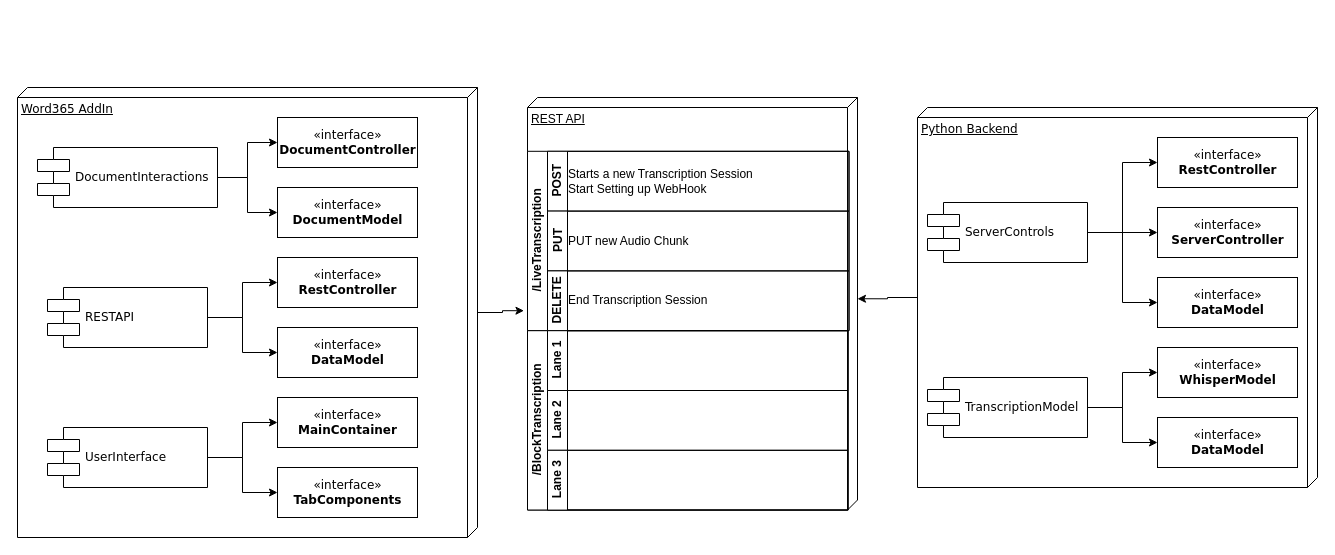
Before: page "SystemOverview" (1 of 3) of Documentation/ImagesAndDiagrams/UMLDiagram.drawio in ForMaLTeC/Forensic-WhisperDeskZH-Word-Add-In, a draw.io diagram. Source tidied: cells renumbered, new cells numbered last; positions are measured from the earlier drawing's top-left corner, leaving out a move shared by most shapes. Both pictures are drawn from the tidied source at 100%, with x=0, y=0 at pixel (17, 87).
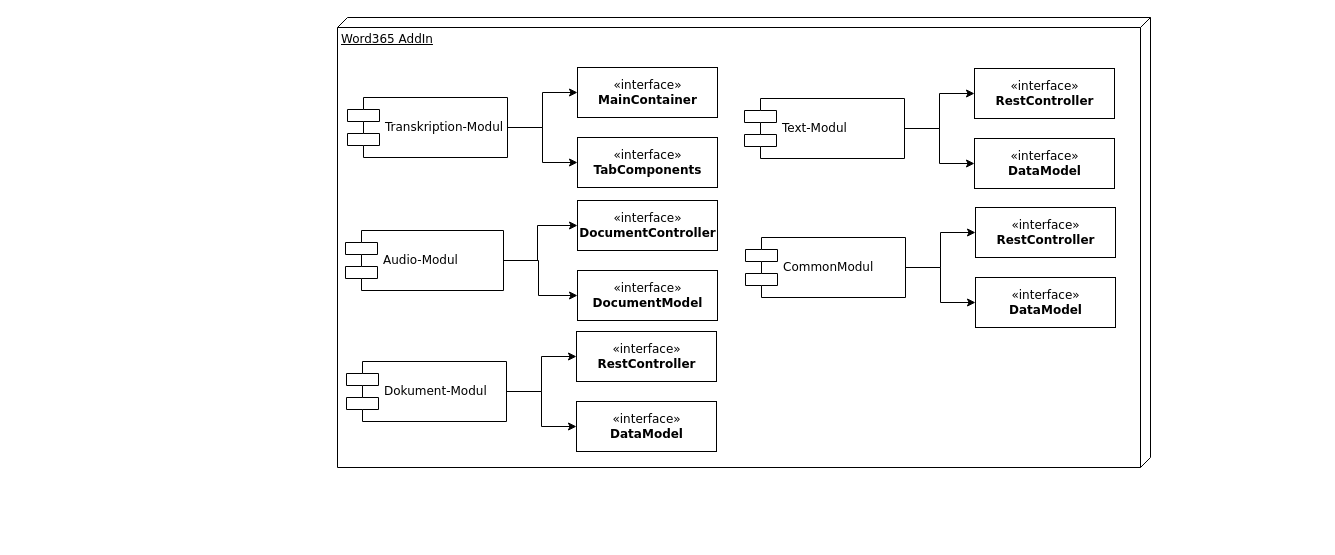
After the change.

What changed in the source:
```diff
@@
-    <mxCell id="2" style="group;" parent="1" vertex="1">
-      <mxGeometry width="460" height="450" as="geometry" />
-    </mxCell>
-    <mxCell id="3" value="Word365 AddIn" style="verticalAlign=top;align=left;spacingTop=8;spacingLeft=2;spacingRight=12;shape=cube;size=10;direction=south;fontStyle=4;html=1;rounded=0;shadow=0;comic=0;labelBackgroundColor=none;strokeWidth=1;fontFamily=Verdana;fontSize=12;" parent="2" vertex="1">
-      <mxGeometry width="460" height="450" as="geometry" />
+    <mxCell id="3" value="Word365 AddIn" style="verticalAlign=top;align=left;spacingTop=8;spacingLeft=2;spacingRight=12;shape=cube;size=10;direction=south;fontStyle=4;html=1;rounded=0;shadow=0;comic=0;labelBackgroundColor=none;strokeWidth=1;fontFamily=Verdana;fontSize=12;" parent="1" vertex="1">
+      <mxGeometry x="320" y="-70" width="813" height="450" as="geometry" />
     </mxCell>
-    <mxCell id="4" style="group;" parent="2" vertex="1">
-      <mxGeometry x="20" y="30" width="380" height="120" as="geometry" />
-    </mxCell>
-    <mxCell id="5" style="edgeStyle=orthogonalEdgeStyle;rounded=0;jettySize=auto;html=1;" parent="4" edge="1" source="7" target="6">
-      <mxGeometry relative="1" as="geometry" />
-    </mxCell>
+    <mxCell id="53" style="group;" parent="1" vertex="1">
+      <mxGeometry x="330" y="-20" width="370" height="120" as="geometry" />
+    </mxCell>
+    <mxCell id="17" style="edgeStyle=orthogonalEdgeStyle;rounded=0;jettySize=auto;html=1;exitX=1;exitY=0.5;exitDx=0;exitDy=0;entryX=0;entryY=0.5;entryDx=0;entryDy=0;" parent="53" edge="1" source="18" target="19">
+      <mxGeometry relative="1" as="geometry" />
+    </mxCell>
+    <mxCell id="18" value="Transkription-Modul" style="shape=component;align=left;spacingLeft=36;rounded=0;shadow=0;comic=0;labelBackgroundColor=none;strokeWidth=1;fontFamily=Verdana;fontSize=12;html=1;" parent="53" vertex="1">
+      <mxGeometry y="30" width="160" height="60" as="geometry" />
+    </mxCell>
+    <mxCell id="19" value="«interface»&lt;br&gt;&lt;b&gt;TabComponents&lt;/b&gt;" style="html=1;rounded=0;shadow=0;comic=0;labelBackgroundColor=none;strokeWidth=1;fontFamily=Verdana;fontSize=12;align=center;" parent="53" vertex="1">
+      <mxGeometry x="230" y="70" width="140" height="50" as="geometry" />
+    </mxCell>
+    <mxCell id="20" value="«interface»&lt;br&gt;&lt;b&gt;MainContainer&lt;/b&gt;" style="html=1;rounded=0;shadow=0;comic=0;labelBackgroundColor=none;strokeWidth=1;fontFamily=Verdana;fontSize=12;align=center;" parent="53" vertex="1">
+      <mxGeometry x="230" width="140" height="50" as="geometry" />
+    </mxCell>
+    <mxCell id="21" style="edgeStyle=orthogonalEdgeStyle;rounded=0;jettySize=auto;html=1;exitX=1;exitY=0.5;exitDx=0;exitDy=0;" parent="53" edge="1" source="18" target="20">
+      <mxGeometry relative="1" as="geometry" />
+    </mxCell>
+    <mxCell id="54" style="group;" parent="1" vertex="1">
+      <mxGeometry x="330" y="120" width="380" height="120" as="geometry" />
+    </mxCell>
+    <mxCell id="55" style="group;" parent="54" vertex="1">
+      <mxGeometry x="-10" y="-7" width="380" height="120" as="geometry" />
+    </mxCell>
-    <mxCell id="6" value="«interface»&lt;br&gt;&lt;b&gt;DocumentController&lt;/b&gt;" style="html=1;rounded=0;shadow=0;comic=0;labelBackgroundColor=none;strokeWidth=1;fontFamily=Verdana;fontSize=12;align=center;" parent="4" vertex="1">
+    <mxCell id="6" value="«interface»&lt;br&gt;&lt;b&gt;DocumentController&lt;/b&gt;" style="html=1;rounded=0;shadow=0;comic=0;labelBackgroundColor=none;strokeWidth=1;fontFamily=Verdana;fontSize=12;align=center;" parent="55" vertex="1">
       <mxGeometry x="240" width="140" height="50" as="geometry" />
     </mxCell>
-    <mxCell id="7" value="DocumentInteractions" style="shape=component;align=left;spacingLeft=36;rounded=0;shadow=0;comic=0;labelBackgroundColor=none;strokeWidth=1;fontFamily=Verdana;fontSize=12;html=1;" parent="4" vertex="1">
-      <mxGeometry y="30" width="180" height="60" as="geometry" />
+    <mxCell id="7" value="Audio-Modul" style="shape=component;align=left;spacingLeft=36;rounded=0;shadow=0;comic=0;labelBackgroundColor=none;strokeWidth=1;fontFamily=Verdana;fontSize=12;html=1;" parent="55" vertex="1">
+      <mxGeometry x="8" y="30" width="158" height="60" as="geometry" />
     </mxCell>
-    <mxCell id="8" value="«interface»&lt;br&gt;&lt;b&gt;DocumentModel&lt;/b&gt;" style="html=1;rounded=0;shadow=0;comic=0;labelBackgroundColor=none;strokeWidth=1;fontFamily=Verdana;fontSize=12;align=center;" parent="4" vertex="1">
+    <mxCell id="8" value="«interface»&lt;br&gt;&lt;b&gt;DocumentModel&lt;/b&gt;" style="html=1;rounded=0;shadow=0;comic=0;labelBackgroundColor=none;strokeWidth=1;fontFamily=Verdana;fontSize=12;align=center;" parent="55" vertex="1">
       <mxGeometry x="240" y="70" width="140" height="50" as="geometry" />
     </mxCell>
+    <mxCell id="5" style="edgeStyle=orthogonalEdgeStyle;rounded=0;jettySize=auto;html=1;" parent="55" edge="1" source="7" target="6">
+      <mxGeometry relative="1" as="geometry">
+        <Array as="points">
+          <mxPoint x="200" y="60" />
+          <mxPoint x="200" y="25" />
+        </Array>
+      </mxGeometry>
+    </mxCell>
-    <mxCell id="9" style="edgeStyle=orthogonalEdgeStyle;rounded=0;jettySize=auto;html=1;exitX=1;exitY=0.5;exitDx=0;exitDy=0;" parent="4" edge="1" source="7" target="8">
-      <mxGeometry relative="1" as="geometry" />
+    <mxCell id="9" style="edgeStyle=orthogonalEdgeStyle;rounded=0;jettySize=auto;html=1;exitX=1;exitY=0.5;exitDx=0;exitDy=0;" parent="55" edge="1" source="7" target="8">
+      <mxGeometry relative="1" as="geometry">
+        <Array as="points">
+          <mxPoint x="201" y="60" />
+          <mxPoint x="201" y="95" />
+        </Array>
+      </mxGeometry>
     </mxCell>
-    <mxCell id="10" style="group;" parent="2" vertex="1">
-      <mxGeometry x="30" y="170" width="370" height="120" as="geometry" />
-    </mxCell>
+    <mxCell id="56" style="group;" parent="1" vertex="1">
+      <mxGeometry x="329" y="244" width="370" height="120" as="geometry" />
+    </mxCell>
-    <mxCell id="11" value="RESTAPI" style="shape=component;align=left;spacingLeft=36;rounded=0;shadow=0;comic=0;labelBackgroundColor=none;strokeWidth=1;fontFamily=Verdana;fontSize=12;html=1;" parent="10" vertex="1">
+    <mxCell id="11" value="Dokument-Modul" style="shape=component;align=left;spacingLeft=36;rounded=0;shadow=0;comic=0;labelBackgroundColor=none;strokeWidth=1;fontFamily=Verdana;fontSize=12;html=1;" parent="56" vertex="1">
       <mxGeometry y="30" width="160" height="60" as="geometry" />
     </mxCell>
-    <mxCell id="12" value="«interface»&lt;br&gt;&lt;b&gt;DataModel&lt;/b&gt;" style="html=1;rounded=0;shadow=0;comic=0;labelBackgroundColor=none;strokeWidth=1;fontFamily=Verdana;fontSize=12;align=center;" parent="10" vertex="1">
+    <mxCell id="12" value="«interface»&lt;br&gt;&lt;b&gt;DataModel&lt;/b&gt;" style="html=1;rounded=0;shadow=0;comic=0;labelBackgroundColor=none;strokeWidth=1;fontFamily=Verdana;fontSize=12;align=center;" parent="56" vertex="1">
       <mxGeometry x="230" y="70" width="140" height="50" as="geometry" />
     </mxCell>
-    <mxCell id="13" value="«interface»&lt;br&gt;&lt;b&gt;RestController&lt;/b&gt;" style="html=1;rounded=0;shadow=0;comic=0;labelBackgroundColor=none;strokeWidth=1;fontFamily=Verdana;fontSize=12;align=center;" parent="10" vertex="1">
+    <mxCell id="13" value="«interface»&lt;br&gt;&lt;b&gt;RestController&lt;/b&gt;" style="html=1;rounded=0;shadow=0;comic=0;labelBackgroundColor=none;strokeWidth=1;fontFamily=Verdana;fontSize=12;align=center;" parent="56" vertex="1">
       <mxGeometry x="230" width="140" height="50" as="geometry" />
     </mxCell>
-    <mxCell id="14" style="edgeStyle=orthogonalEdgeStyle;rounded=0;jettySize=auto;html=1;exitX=1;exitY=0.5;exitDx=0;exitDy=0;" parent="10" edge="1" source="11" target="12">
+    <mxCell id="14" style="edgeStyle=orthogonalEdgeStyle;rounded=0;jettySize=auto;html=1;exitX=1;exitY=0.5;exitDx=0;exitDy=0;" parent="56" edge="1" source="11" target="12">
       <mxGeometry relative="1" as="geometry" />
     </mxCell>
-    <mxCell id="15" style="edgeStyle=orthogonalEdgeStyle;rounded=0;jettySize=auto;html=1;exitX=1;exitY=0.5;exitDx=0;exitDy=0;entryX=0;entryY=0.5;entryDx=0;entryDy=0;" parent="10" edge="1" source="11" target="13">
+    <mxCell id="15" style="edgeStyle=orthogonalEdgeStyle;rounded=0;jettySize=auto;html=1;exitX=1;exitY=0.5;exitDx=0;exitDy=0;entryX=0;entryY=0.5;entryDx=0;entryDy=0;" parent="56" edge="1" source="11" target="13">
       <mxGeometry relative="1" as="geometry" />
     </mxCell>
-    <mxCell id="16" style="group;" parent="2" vertex="1">
-      <mxGeometry x="30" y="310" width="370" height="120" as="geometry" />
-    </mxCell>
-    <mxCell id="17" style="edgeStyle=orthogonalEdgeStyle;rounded=0;jettySize=auto;html=1;exitX=1;exitY=0.5;exitDx=0;exitDy=0;entryX=0;entryY=0.5;entryDx=0;entryDy=0;" parent="16" edge="1" source="18" target="19">
-      <mxGeometry relative="1" as="geometry" />
-    </mxCell>
-    <mxCell id="18" value="UserInterface" style="shape=component;align=left;spacingLeft=36;rounded=0;shadow=0;comic=0;labelBackgroundColor=none;strokeWidth=1;fontFamily=Verdana;fontSize=12;html=1;" parent="16" vertex="1">
-      <mxGeometry y="30" width="160" height="60" as="geometry" />
-    </mxCell>
-    <mxCell id="19" value="«interface»&lt;br&gt;&lt;b&gt;TabComponents&lt;/b&gt;" style="html=1;rounded=0;shadow=0;comic=0;labelBackgroundColor=none;strokeWidth=1;fontFamily=Verdana;fontSize=12;align=center;" parent="16" vertex="1">
-      <mxGeometry x="230" y="70" width="140" height="50" as="geometry" />
-    </mxCell>
-    <mxCell id="20" value="«interface»&lt;br&gt;&lt;b&gt;MainContainer&lt;/b&gt;" style="html=1;rounded=0;shadow=0;comic=0;labelBackgroundColor=none;strokeWidth=1;fontFamily=Verdana;fontSize=12;align=center;" parent="16" vertex="1">
-      <mxGeometry x="230" width="140" height="50" as="geometry" />
-    </mxCell>
-    <mxCell id="21" style="edgeStyle=orthogonalEdgeStyle;rounded=0;jettySize=auto;html=1;exitX=1;exitY=0.5;exitDx=0;exitDy=0;" parent="16" edge="1" source="18" target="20">
-      <mxGeometry relative="1" as="geometry" />
-    </mxCell>
-    <mxCell id="22" style="group;" parent="1" vertex="1">
-      <mxGeometry x="900" y="20" width="400" height="400" as="geometry" />
-    </mxCell>
-    <mxCell id="23" value="Python Backend" style="verticalAlign=top;align=left;spacingTop=8;spacingLeft=2;spacingRight=12;shape=cube;size=10;direction=south;fontStyle=4;html=1;rounded=0;shadow=0;comic=0;labelBackgroundColor=none;strokeWidth=1;fontFamily=Verdana;fontSize=12;" parent="22" vertex="1">
-      <mxGeometry width="400" height="380" as="geometry" />
-    </mxCell>
-    <mxCell id="24" style="group;" parent="22" vertex="1">
-      <mxGeometry x="10" y="240" width="370" height="120" as="geometry" />
-    </mxCell>
-    <mxCell id="25" value="TranscriptionModel" style="shape=component;align=left;spacingLeft=36;rounded=0;shadow=0;comic=0;labelBackgroundColor=none;strokeWidth=1;fontFamily=Verdana;fontSize=12;html=1;" parent="24" vertex="1">
-      <mxGeometry y="30" width="160" height="60" as="geometry" />
-    </mxCell>
-    <mxCell id="26" value="«interface»&lt;br&gt;&lt;b&gt;DataModel&lt;/b&gt;" style="html=1;rounded=0;shadow=0;comic=0;labelBackgroundColor=none;strokeWidth=1;fontFamily=Verdana;fontSize=12;align=center;" parent="24" vertex="1">
-      <mxGeometry x="230" y="70" width="140" height="50" as="geometry" />
-    </mxCell>
-    <mxCell id="27" value="«interface»&lt;br&gt;&lt;b&gt;WhisperModel&lt;/b&gt;" style="html=1;rounded=0;shadow=0;comic=0;labelBackgroundColor=none;strokeWidth=1;fontFamily=Verdana;fontSize=12;align=center;" parent="24" vertex="1">
-      <mxGeometry x="230" width="140" height="50" as="geometry" />
-    </mxCell>
-    <mxCell id="28" style="edgeStyle=orthogonalEdgeStyle;rounded=0;jettySize=auto;html=1;exitX=1;exitY=0.5;exitDx=0;exitDy=0;" parent="24" edge="1" source="25" target="26">
-      <mxGeometry relative="1" as="geometry" />
-    </mxCell>
-    <mxCell id="29" style="edgeStyle=orthogonalEdgeStyle;rounded=0;jettySize=auto;html=1;exitX=1;exitY=0.5;exitDx=0;exitDy=0;entryX=0;entryY=0.5;entryDx=0;entryDy=0;" parent="24" edge="1" source="25" target="27">
-      <mxGeometry relative="1" as="geometry" />
-    </mxCell>
-    <mxCell id="30" style="group;" parent="22" vertex="1">
-      <mxGeometry x="10" y="30" width="370" height="190" as="geometry" />
-    </mxCell>
-    <mxCell id="31" value="«interface»&lt;br&gt;&lt;b&gt;DataModel&lt;/b&gt;" style="html=1;rounded=0;shadow=0;comic=0;labelBackgroundColor=none;strokeWidth=1;fontFamily=Verdana;fontSize=12;align=center;" parent="30" vertex="1">
-      <mxGeometry x="230" y="140" width="140" height="50" as="geometry" />
-    </mxCell>
-    <mxCell id="32" style="edgeStyle=orthogonalEdgeStyle;rounded=0;jettySize=auto;html=1;entryX=0;entryY=0.5;entryDx=0;entryDy=0;" parent="30" edge="1" source="33" target="31">
-      <mxGeometry relative="1" as="geometry" />
-    </mxCell>
-    <mxCell id="33" value="ServerControls" style="shape=component;align=left;spacingLeft=36;rounded=0;shadow=0;comic=0;labelBackgroundColor=none;strokeWidth=1;fontFamily=Verdana;fontSize=12;html=1;" parent="30" vertex="1">
-      <mxGeometry y="65" width="160" height="60" as="geometry" />
-    </mxCell>
-    <mxCell id="34" value="«interface»&lt;br&gt;&lt;b&gt;ServerController&lt;/b&gt;" style="html=1;rounded=0;shadow=0;comic=0;labelBackgroundColor=none;strokeWidth=1;fontFamily=Verdana;fontSize=12;align=center;" parent="30" vertex="1">
-      <mxGeometry x="230" y="70" width="140" height="50" as="geometry" />
-    </mxCell>
-    <mxCell id="35" value="«interface»&lt;br&gt;&lt;b&gt;RestController&lt;/b&gt;" style="html=1;rounded=0;shadow=0;comic=0;labelBackgroundColor=none;strokeWidth=1;fontFamily=Verdana;fontSize=12;align=center;" parent="30" vertex="1">
-      <mxGeometry x="230" width="140" height="50" as="geometry" />
-    </mxCell>
-    <mxCell id="36" style="edgeStyle=orthogonalEdgeStyle;rounded=0;jettySize=auto;html=1;exitX=1;exitY=0.5;exitDx=0;exitDy=0;" parent="30" edge="1" source="33" target="34">
-      <mxGeometry relative="1" as="geometry" />
-    </mxCell>
-    <mxCell id="37" style="edgeStyle=orthogonalEdgeStyle;rounded=0;jettySize=auto;html=1;exitX=1;exitY=0.5;exitDx=0;exitDy=0;entryX=0;entryY=0.5;entryDx=0;entryDy=0;" parent="30" edge="1" source="33" target="35">
-      <mxGeometry relative="1" as="geometry" />
-    </mxCell>
-    <mxCell id="38" style="edgeStyle=orthogonalEdgeStyle;rounded=0;jettySize=auto;html=1;entryX=-0.011;entryY=0.889;entryDx=0;entryDy=0;entryPerimeter=0;" parent="1" edge="1" source="3" target="42">
-      <mxGeometry relative="1" as="geometry" />
-    </mxCell>
-    <mxCell id="39" style="edgeStyle=orthogonalEdgeStyle;rounded=0;jettySize=auto;html=1;entryX=0;entryY=0;entryDx=201.24999999999997;entryDy=0;entryPerimeter=0;" parent="1" edge="1" source="23" target="41">
-      <mxGeometry relative="1" as="geometry" />
-    </mxCell>
-    <mxCell id="40" style="group;" parent="1" vertex="1">
-      <mxGeometry x="510" y="10" width="330" height="412.5" as="geometry" />
-    </mxCell>
-    <mxCell id="41" value="REST API" style="verticalAlign=top;align=left;spacingTop=8;spacingLeft=2;spacingRight=12;shape=cube;size=10;direction=south;fontStyle=4;html=1;whiteSpace=wrap;" parent="40" vertex="1">
-      <mxGeometry width="330" height="412.5" as="geometry" />
-    </mxCell>
-    <mxCell id="42" value="/LiveTranscription" style="swimlane;horizontal=0;startSize=20;html=1;" parent="40" vertex="1">
-      <mxGeometry y="53.8" width="321.5" height="179.3" as="geometry" />
-    </mxCell>
-    <mxCell id="43" value="POST" style="swimlane;startSize=20;horizontal=0;html=1;" parent="42" vertex="1">
-      <mxGeometry x="20" width="301.5" height="59.8" as="geometry" />
-    </mxCell>
-    <mxCell id="44" value="Starts a new Transcription Session&lt;div&gt;Start Setting up WebHook&lt;/div&gt;" style="text;html=1;align=left;verticalAlign=middle;whiteSpace=wrap;rounded=0;" parent="43" vertex="1">
-      <mxGeometry x="18.9" width="283.7" height="59.8" as="geometry" />
-    </mxCell>
-    <mxCell id="45" value="PUT" style="swimlane;startSize=20;horizontal=0;html=1;" parent="42" vertex="1">
-      <mxGeometry x="20" y="59.8" width="301.5" height="59.8" as="geometry" />
-    </mxCell>
-    <mxCell id="46" value="PUT new Audio Chunk" style="text;html=1;align=left;verticalAlign=middle;whiteSpace=wrap;rounded=0;" parent="45" vertex="1">
-      <mxGeometry x="18.9" width="283.7" height="59.8" as="geometry" />
-    </mxCell>
-    <mxCell id="47" value="DELETE" style="swimlane;startSize=20;horizontal=0;html=1;" parent="42" vertex="1">
-      <mxGeometry x="20" y="119.6" width="301.5" height="59.8" as="geometry" />
-    </mxCell>
-    <mxCell id="48" value="End Transcription Session" style="text;html=1;align=left;verticalAlign=middle;whiteSpace=wrap;rounded=0;" parent="47" vertex="1">
-      <mxGeometry x="18.9" width="283.7" height="59.8" as="geometry" />
-    </mxCell>
-    <mxCell id="49" value="/BlockTranscription" style="swimlane;horizontal=0;startSize=20;html=1;" parent="40" vertex="1">
-      <mxGeometry y="233.2" width="320.6" height="179.3" as="geometry" />
-    </mxCell>
-    <mxCell id="50" value="Lane 1" style="swimlane;startSize=20;horizontal=0;html=1;" parent="49" vertex="1">
-      <mxGeometry x="20" width="300.6" height="59.8" as="geometry" />
-    </mxCell>
-    <mxCell id="51" value="Lane 2" style="swimlane;startSize=20;horizontal=0;html=1;" parent="49" vertex="1">
-      <mxGeometry x="20" y="59.8" width="300.6" height="59.8" as="geometry" />
-    </mxCell>
-    <mxCell id="52" value="Lane 3" style="swimlane;startSize=20;horizontal=0;html=1;" parent="49" vertex="1">
-      <mxGeometry x="20" y="119.6" width="300.6" height="59.8" as="geometry" />
-    </mxCell>
+    <mxCell id="57" style="group;" parent="1" vertex="1">
+      <mxGeometry x="727" y="-19" width="370" height="120" as="geometry" />
+    </mxCell>
+    <mxCell id="58" value="Text-Modul" style="shape=component;align=left;spacingLeft=36;rounded=0;shadow=0;comic=0;labelBackgroundColor=none;strokeWidth=1;fontFamily=Verdana;fontSize=12;html=1;" parent="57" vertex="1">
+      <mxGeometry y="30" width="160" height="60" as="geometry" />
+    </mxCell>
+    <mxCell id="59" value="«interface»&lt;br&gt;&lt;b&gt;DataModel&lt;/b&gt;" style="html=1;rounded=0;shadow=0;comic=0;labelBackgroundColor=none;strokeWidth=1;fontFamily=Verdana;fontSize=12;align=center;" parent="57" vertex="1">
+      <mxGeometry x="230" y="70" width="140" height="50" as="geometry" />
+    </mxCell>
+    <mxCell id="60" value="«interface»&lt;br&gt;&lt;b&gt;RestController&lt;/b&gt;" style="html=1;rounded=0;shadow=0;comic=0;labelBackgroundColor=none;strokeWidth=1;fontFamily=Verdana;fontSize=12;align=center;" parent="57" vertex="1">
+      <mxGeometry x="230" width="140" height="50" as="geometry" />
+    </mxCell>
+    <mxCell id="61" style="edgeStyle=orthogonalEdgeStyle;rounded=0;jettySize=auto;html=1;exitX=1;exitY=0.5;exitDx=0;exitDy=0;" parent="57" edge="1" source="58" target="59">
+      <mxGeometry relative="1" as="geometry" />
+    </mxCell>
+    <mxCell id="62" style="edgeStyle=orthogonalEdgeStyle;rounded=0;jettySize=auto;html=1;exitX=1;exitY=0.5;exitDx=0;exitDy=0;entryX=0;entryY=0.5;entryDx=0;entryDy=0;" parent="57" edge="1" source="58" target="60">
+      <mxGeometry relative="1" as="geometry" />
+    </mxCell>
+    <mxCell id="63" style="group;" parent="1" vertex="1">
+      <mxGeometry x="728" y="120" width="370" height="120" as="geometry" />
+    </mxCell>
+    <mxCell id="64" value="CommonModul" style="shape=component;align=left;spacingLeft=36;rounded=0;shadow=0;comic=0;labelBackgroundColor=none;strokeWidth=1;fontFamily=Verdana;fontSize=12;html=1;" parent="63" vertex="1">
+      <mxGeometry y="30" width="160" height="60" as="geometry" />
+    </mxCell>
+    <mxCell id="65" value="«interface»&lt;br&gt;&lt;b&gt;DataModel&lt;/b&gt;" style="html=1;rounded=0;shadow=0;comic=0;labelBackgroundColor=none;strokeWidth=1;fontFamily=Verdana;fontSize=12;align=center;" parent="63" vertex="1">
+      <mxGeometry x="230" y="70" width="140" height="50" as="geometry" />
+    </mxCell>
+    <mxCell id="66" value="«interface»&lt;br&gt;&lt;b&gt;RestController&lt;/b&gt;" style="html=1;rounded=0;shadow=0;comic=0;labelBackgroundColor=none;strokeWidth=1;fontFamily=Verdana;fontSize=12;align=center;" parent="63" vertex="1">
+      <mxGeometry x="230" width="140" height="50" as="geometry" />
+    </mxCell>
+    <mxCell id="67" style="edgeStyle=orthogonalEdgeStyle;rounded=0;jettySize=auto;html=1;exitX=1;exitY=0.5;exitDx=0;exitDy=0;" parent="63" edge="1" source="64" target="65">
+      <mxGeometry relative="1" as="geometry" />
+    </mxCell>
+    <mxCell id="68" style="edgeStyle=orthogonalEdgeStyle;rounded=0;jettySize=auto;html=1;exitX=1;exitY=0.5;exitDx=0;exitDy=0;entryX=0;entryY=0.5;entryDx=0;entryDy=0;" parent="63" edge="1" source="64" target="66">
+      <mxGeometry relative="1" as="geometry" />
+    </mxCell>
```
